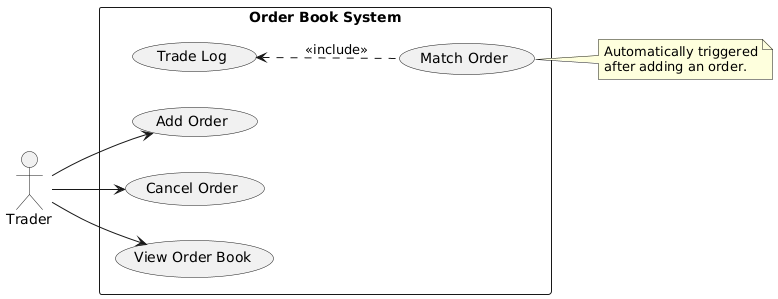
Before: docs/uml/use_case_diagram.png, a diagram exported from PlantUML (CharlesAdewumi2004/Order-Book-Engine-in-Cpp). The source it was exported from:
```plantuml
@startuml
left to right direction

actor Trader

rectangle "Order Book System" {
    usecase "Add Order" as AddOrder
    usecase "Cancel Order" as CancelOrder
    usecase "Match Order" as MatchOrder
    usecase "View Order Book" as ViewOrderBook
    usecase "Trade Log" as TradeLog
}

Trader --> AddOrder
Trader --> ViewOrderBook
Trader --> CancelOrder

MatchOrder .u.> TradeLog : <<include>>

note right of MatchOrder
  Automatically triggered
  after adding an order.
end note
@enduml
```
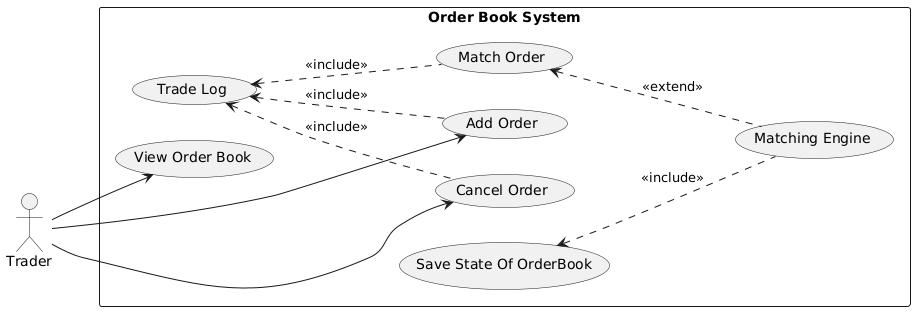
Above is the later version.

The edit, as a diff of the source:
```diff
@@ -9,16 +9,18 @@
     usecase "Match Order" as MatchOrder
     usecase "View Order Book" as ViewOrderBook
     usecase "Trade Log" as TradeLog
+    usecase "Save State Of OrderBook" as SaveOrderBookState
+    usecase "Matching Engine" as MatchingEngine
 }
 
 Trader --> AddOrder
 Trader --> ViewOrderBook
 Trader --> CancelOrder
 
+
+MatchingEngine .u.> SaveOrderBookState : <<include>>
+MatchingEngine .u.> MatchOrder : <<extend>>
+AddOrder .u.> TradeLog : <<include>>
+CancelOrder .u.> TradeLog : <<include>>
 MatchOrder .u.> TradeLog : <<include>>
-
-note right of MatchOrder
-  Automatically triggered
-  after adding an order.
-end note
 @enduml
```
